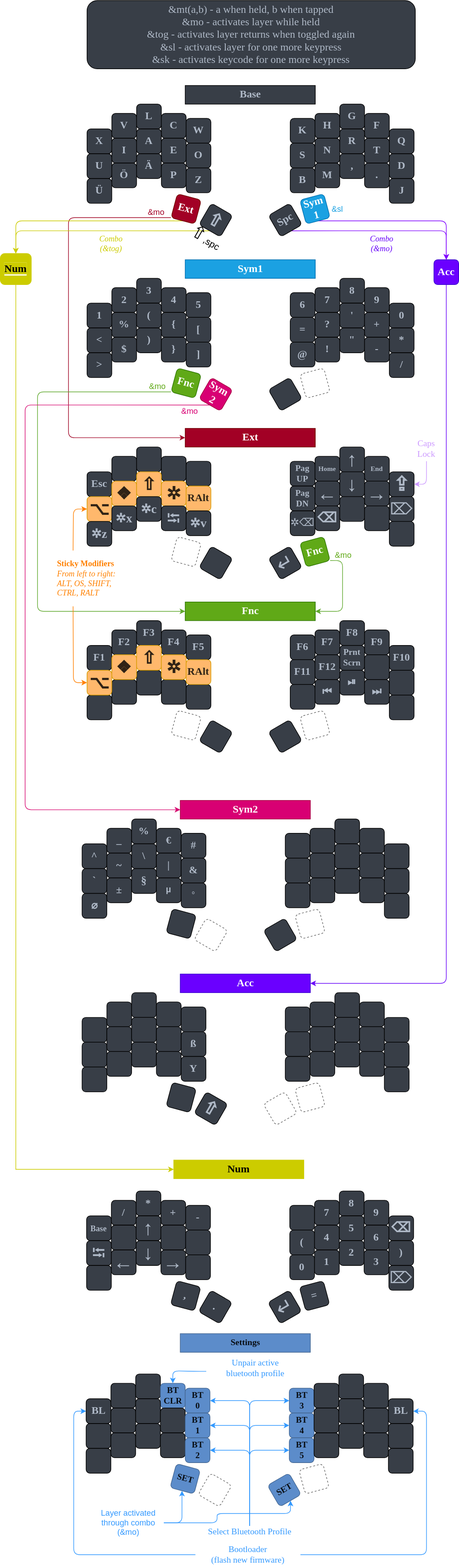
hoyohayo/zmk-config keeps this draw.io diagram as Layout/Sweepd_Neo2.svg. Above is the earlier version. Source tidied: cells renumbered, new cells last; positions are measured from the earlier drawing's top-left corner, leaving out a move shared by most shapes.
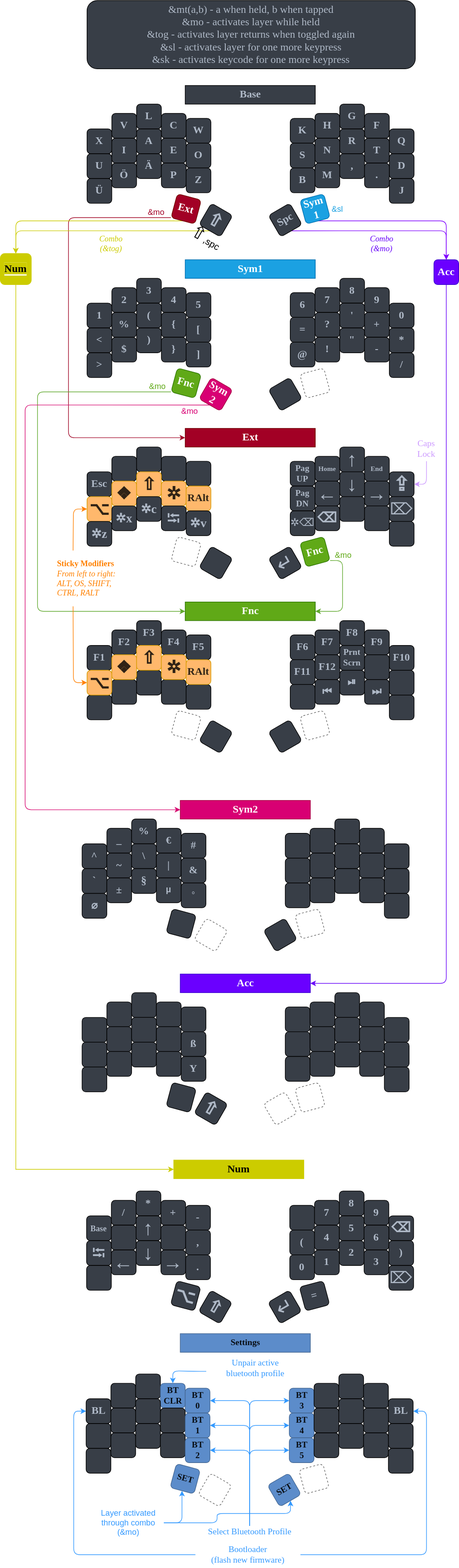
Later version of the same file.

Diff of the diagram source:
```diff
@@ -780,7 +780,7 @@
     <mxCell id="248" style="whiteSpace=wrap;html=1;fontSize=17;fontFamily=Verdana;fontStyle=1;fontColor=#AFB9C7;fillColor=#383E47;rounded=1;" parent="1" vertex="1">
       <mxGeometry x="259.2" y="1975" width="40" height="40" as="geometry" />
     </mxCell>
-    <mxCell id="249" style="whiteSpace=wrap;html=1;fontSize=17;fontFamily=Verdana;fontStyle=1;fontColor=#AFB9C7;fillColor=#383E47;rounded=1;" parent="1" vertex="1">
+    <mxCell id="249" value="&lt;span style=&quot;background-color: rgb(56 , 62 , 71)&quot;&gt;,&lt;/span&gt;" style="whiteSpace=wrap;html=1;fontSize=17;fontFamily=Verdana;fontStyle=1;fontColor=#AFB9C7;fillColor=#383E47;rounded=1;" parent="1" vertex="1">
       <mxGeometry x="299.2" y="1983" width="40" height="40" as="geometry" />
     </mxCell>
     <mxCell id="250" style="whiteSpace=wrap;html=1;fontSize=17;fontFamily=Verdana;fontStyle=1;fontColor=#AFB9C7;fillColor=#383E47;rounded=1;" parent="1" vertex="1">
@@ -795,13 +795,13 @@
     <mxCell id="253" value="&lt;span style=&quot;font-family: &amp;quot;segoe ui emoji&amp;quot;, &amp;quot;apple color emoji&amp;quot;, &amp;quot;noto color emoji&amp;quot;; font-size: 32px;&quot;&gt;→&lt;/span&gt;" style="whiteSpace=wrap;html=1;fontSize=17;fontFamily=Verdana;fontStyle=1;fontColor=#AFB9C7;fillColor=#383E47;rounded=1;" parent="1" vertex="1">
       <mxGeometry x="259.2" y="2015" width="40" height="40" as="geometry" />
     </mxCell>
-    <mxCell id="254" style="whiteSpace=wrap;html=1;fontSize=17;fontFamily=Verdana;fontStyle=1;fontColor=#AFB9C7;fillColor=#383E47;rounded=1;" parent="1" vertex="1">
+    <mxCell id="254" value="&lt;span style=&quot;background-color: rgb(56 , 62 , 71)&quot;&gt;.&lt;/span&gt;" style="whiteSpace=wrap;html=1;fontSize=17;fontFamily=Verdana;fontStyle=1;fontColor=#AFB9C7;fillColor=#383E47;rounded=1;" parent="1" vertex="1">
       <mxGeometry x="299.2" y="2023" width="40" height="40" as="geometry" />
     </mxCell>
-    <mxCell id="255" value="," style="whiteSpace=wrap;html=1;rotation=15;fontSize=17;fontFamily=Verdana;fontStyle=1;fontColor=#AFB9C7;fillColor=#383E47;rounded=1;" parent="1" vertex="1">
+    <mxCell id="255" value="&lt;span style=&quot;font-family: &amp;#34;segoe ui emoji&amp;#34; , &amp;#34;apple color emoji&amp;#34; , &amp;#34;noto color emoji&amp;#34; ; font-size: 28px&quot;&gt;⌥&lt;/span&gt;" style="whiteSpace=wrap;html=1;rotation=15;fontSize=17;fontFamily=Verdana;fontStyle=1;fontColor=#AFB9C7;fillColor=#383E47;rounded=1;" parent="1" vertex="1">
       <mxGeometry x="279.2" y="2069" width="40" height="40" as="geometry" />
     </mxCell>
-    <mxCell id="256" value="." style="whiteSpace=wrap;html=1;rotation=30;fontSize=17;fontFamily=Verdana;fontStyle=1;fontColor=#AFB9C7;fillColor=#383E47;rounded=1;" parent="1" vertex="1">
+    <mxCell id="256" value="&lt;span style=&quot;font-family: &amp;#34;segoe ui emoji&amp;#34; , &amp;#34;apple color emoji&amp;#34; , &amp;#34;noto color emoji&amp;#34; ; font-size: 28px&quot;&gt;⇧&lt;/span&gt;" style="whiteSpace=wrap;html=1;rotation=30;fontSize=17;fontFamily=Verdana;fontStyle=1;fontColor=#AFB9C7;fillColor=#383E47;rounded=1;" parent="1" vertex="1">
       <mxGeometry x="327.2" y="2087" width="40" height="40" as="geometry" />
     </mxCell>
     <mxCell id="257" style="whiteSpace=wrap;html=1;fontSize=17;fontFamily=Verdana;fontStyle=1;fontColor=#AFB9C7;fillColor=#383E47;rounded=1;" parent="1" vertex="1">
```
